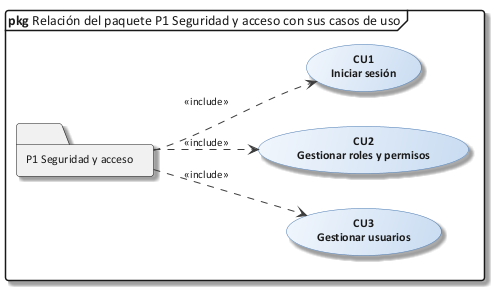
This is Docs/diagramas/26_rel_p1.png from Kato-001/nova-salud, a PlantUML export, as it was before one commit.
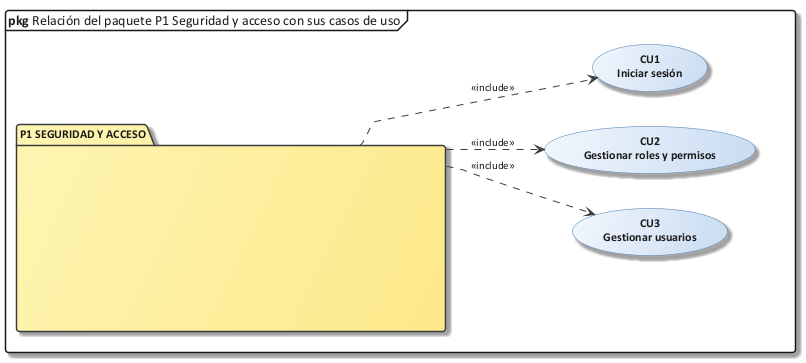
The same file after the commit.

The edit, as a diff of the source:
```diff
@@ -1,8 +1,17 @@
 @startuml 26_rel_p1
 !include C:/Users/Sergio Estaca Paco/Desktop/HeadSalud/Docs/diagramas/estilo_ea.iuml
+skinparam PackageBackgroundColor #FFF6B3/#FDE98A
 mainframe **pkg** Relación del paquete P1 Seguridad y acceso con sus casos de uso
 left to right direction
-folder "P1 Seguridad y acceso" as PK
+package "P1 SEGURIDAD Y ACCESO" as PK {
+  skinparam rectangle<<oculto>> {
+    BackgroundColor transparent
+    BorderColor transparent
+    StereotypeFontSize 0
+    shadowing false
+  }
+  rectangle "<size:40>                                        </size>\n\n\n" <<oculto>> as X
+}
 usecase "CU1\nIniciar sesión" as CU1
 PK ..> CU1 : <<include>>
 usecase "CU2\nGestionar roles y permisos" as CU2
```
